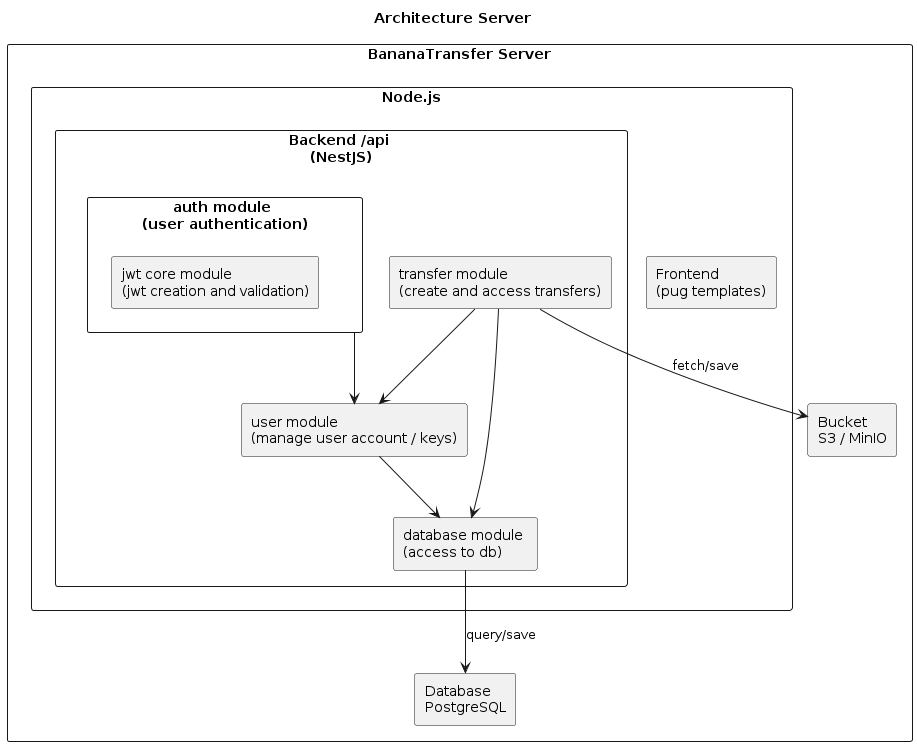
BananaTransfer/BananaTransfer keeps this PlantUML diagram as documents/umls/dist/architecture_server.png. Above is the earlier version. Its source is kept beside it as documents/umls/architecture_server.puml.
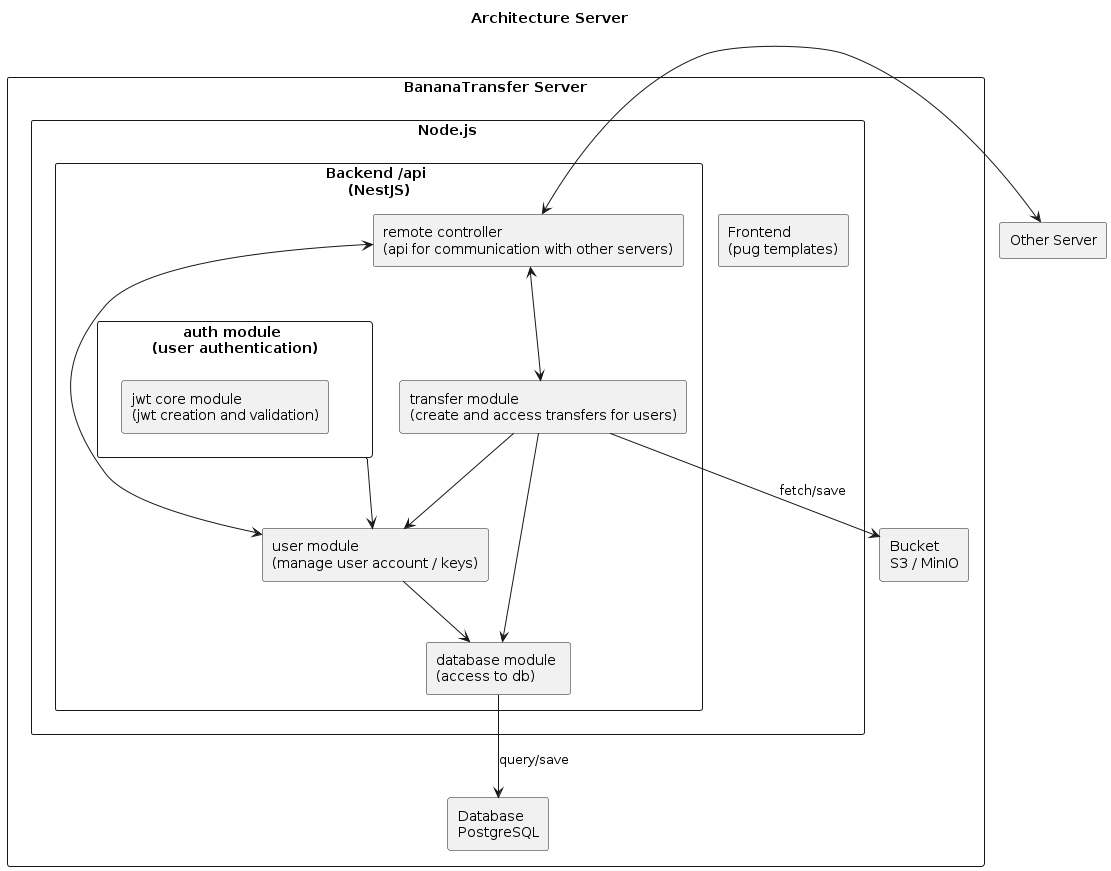
After the change.

Commit message:
update uml and update methods in user service

Diff of the diagram source:
```diff
@@ -9,19 +9,24 @@
               rectangle "jwt core module \n(jwt creation and validation)" as jwt
             }
             rectangle "database module \n(access to db)" as db_mod
-            rectangle "transfer module \n(create and access transfers)" as transfer
+            rectangle "transfer module \n(create and access transfers for users)" as transfer
+            rectangle "remote controller \n(api for communication with other servers)" as remote
             rectangle "user module \n(manage user account / keys)" as usr
         }
     }
     rectangle "Database \nPostgreSQL" as db
     rectangle "Bucket \nS3 / MinIO" as s3
 }
-
+rectangle "Other Server" as srv2
+remote <--> transfer
+remote <--> usr
+transfer --> db_mod
+transfer --> usr
+auth --> usr
+remote <-right->srv2
+usr --> db_mod
 db_mod -down-> db: "query/save"
 transfer -down-> s3: "fetch/save"
-transfer --> db_mod
-transfer --> usr
-usr --> db_mod
-auth --> usr
+
 
 @enduml
```
